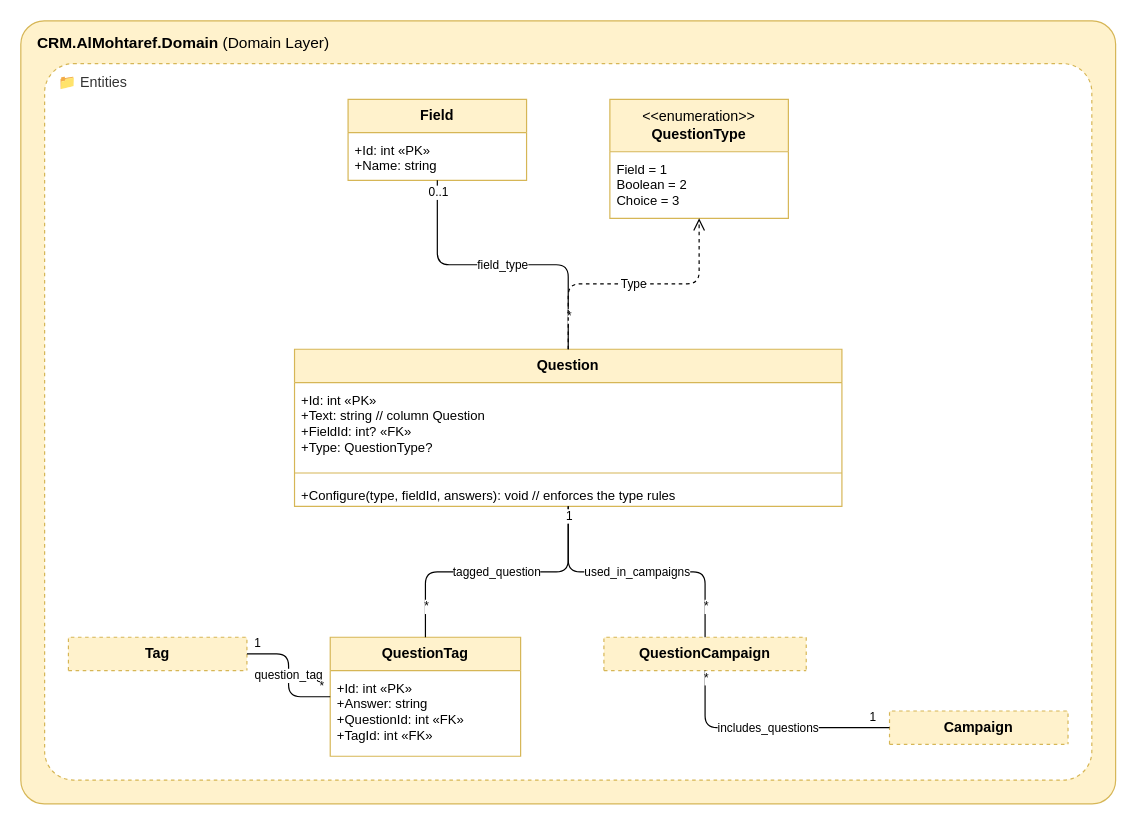
QF-MJ/crm-al-mohtaref keeps this draw.io diagram as page "05 Questions" (5 of 5) of docs/design/class-design/domain.drawio. Above is the earlier version. Source tidied: cells renumbered, new cells numbered last; positions are measured from the earlier drawing's top-left corner, leaving out a move shared by most shapes. Both pictures are drawn from the tidied source at 119%, with x=0, y=0 at pixel (20, 20).
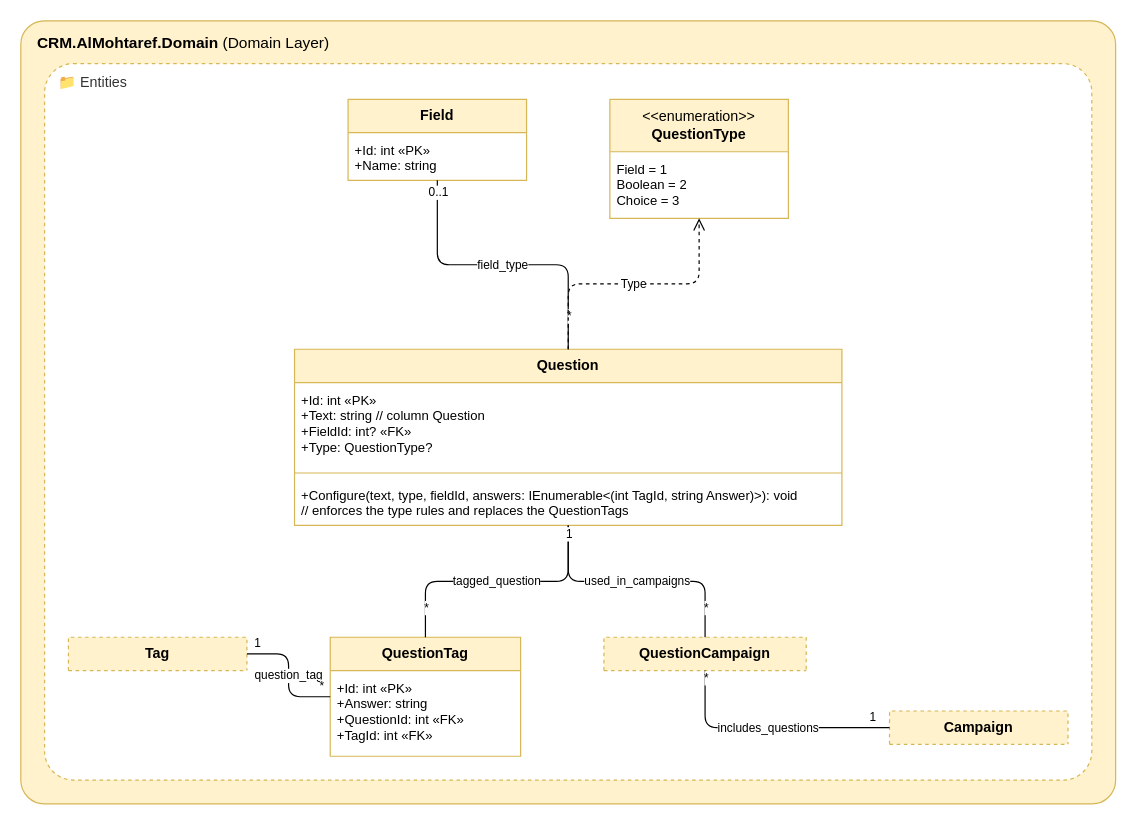
Above is the later version.

The change refers to these unchanged cells:
```xml
<mxCell id="3" value="&amp;#128193; Entities" style="rounded=1;whiteSpace=wrap;html=1;verticalAlign=top;align=left;spacingLeft=10;spacingTop=2;arcSize=4;fillColor=#FFFFFF;strokeColor=#d6b656;dashed=1;fontSize=12;fontColor=#333333;" parent="2" vertex="1">
  <mxGeometry x="20" y="36" width="880" height="602" as="geometry" />
</mxCell>
```

Change to the diagram source:
```diff
@@
     <mxCell id="8" value="&lt;b&gt;Question&lt;/b&gt;" style="swimlane;fontStyle=0;align=center;verticalAlign=middle;horizontal=1;startSize=28;html=1;whiteSpace=wrap;fontSize=12;fillColor=#fff2cc;strokeColor=#d6b656;swimlaneFillColor=#FFFFFF;" parent="3" vertex="1">
-      <mxGeometry x="210" y="240" width="460" height="132" as="geometry" />
+      <mxGeometry x="210" y="240" width="460" height="148" as="geometry" />
     </mxCell>
@@
-    <mxCell id="11" value="+Configure(type, fieldId, answers): void  // enforces the type rules" style="text;strokeColor=none;fillColor=none;align=left;verticalAlign=top;spacingLeft=4;spacingRight=4;spacingTop=2;overflow=hidden;whiteSpace=wrap;html=1;fontSize=11;" parent="8" vertex="1">
-      <mxGeometry y="108" width="460" height="24" as="geometry" />
+    <mxCell id="11" value="+Configure(text, type, fieldId, answers: IEnumerable&amp;lt;(int TagId, string Answer)&amp;gt;): void&lt;br&gt;// enforces the type rules and replaces the QuestionTags" style="text;strokeColor=none;fillColor=none;align=left;verticalAlign=top;spacingLeft=4;spacingRight=4;spacingTop=2;overflow=hidden;whiteSpace=wrap;html=1;fontSize=11;" parent="8" vertex="1">
+      <mxGeometry y="108" width="460" height="40" as="geometry" />
     </mxCell>
```
